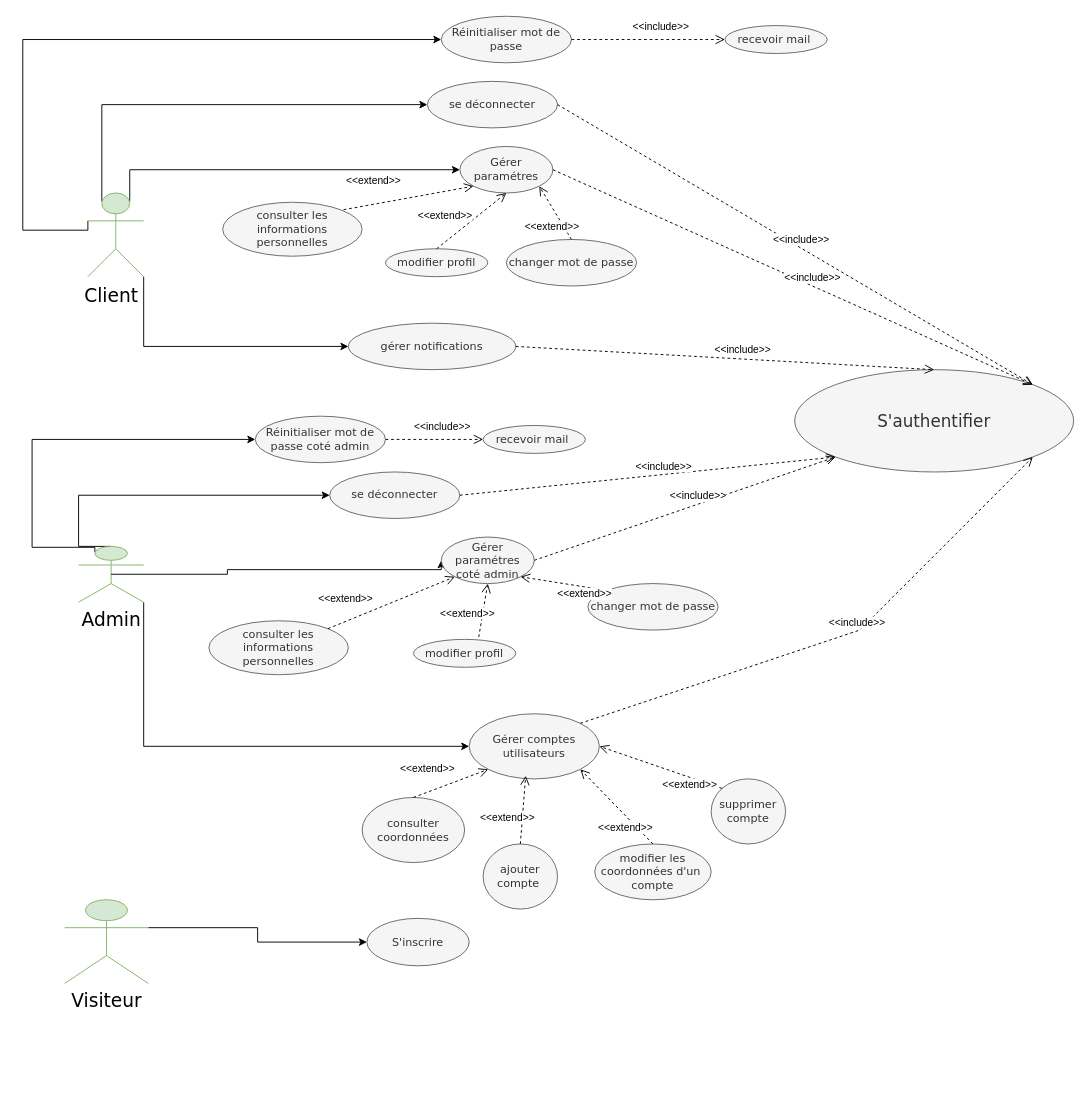
Before: Diagramme use case Authentification et gestion compte.drawio in oussema1-hub/Rapport-Conception, a draw.io diagram. Source tidied: cells renumbered, new cells numbered last; positions are measured from the earlier drawing's top-left corner, leaving out a move shared by most shapes. Both pictures are drawn from the tidied source at 93%, with x=0, y=0 at pixel (22, 16).
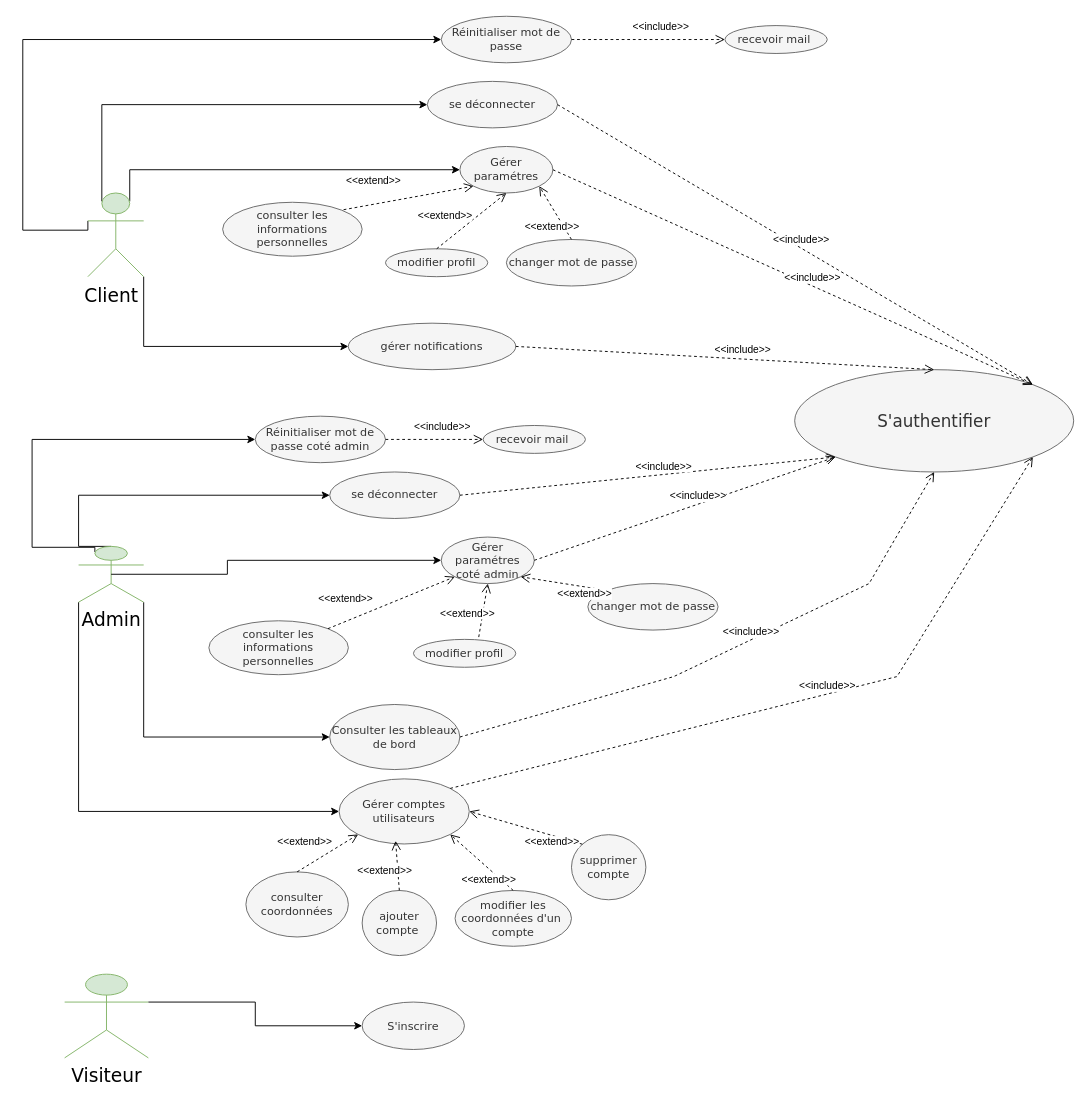
After the change.

The change refers to these unchanged cells:
```xml
<mxCell id="12" value="&lt;font style=&quot;font-size: 20px;&quot;&gt;Admin&lt;/font&gt;&lt;div&gt;&lt;br&gt;&lt;/div&gt;" style="shape=umlActor;verticalLabelPosition=bottom;verticalAlign=top;html=1;fillColor=#d5e8d4;strokeColor=#82b366;fontFamily=Verdana;" parent="1" vertex="1">
  <mxGeometry x="60" y="570" width="70" height="60" as="geometry" />
</mxCell>
<mxCell id="19" value="&lt;font style=&quot;font-size: 18px;&quot;&gt;S'authentifier&lt;/font&gt;" style="ellipse;whiteSpace=wrap;html=1;fontFamily=Verdana;fillColor=#f5f5f5;fontColor=#333333;strokeColor=#666666;" parent="1" vertex="1">
  <mxGeometry x="830" y="380" width="300" height="110" as="geometry" />
</mxCell>
<mxCell id="32" value="Gérer paramétres coté admin" style="ellipse;whiteSpace=wrap;html=1;fillColor=#f5f5f5;fontColor=#333333;strokeColor=#666666;fontFamily=Verdana;" parent="1" vertex="1">
  <mxGeometry x="450" y="560" width="100" height="50" as="geometry" />
</mxCell>
```

Change to the diagram source:
```diff
@@
     <mxCell id="8" value="Gérer comptes utilisateurs" style="ellipse;whiteSpace=wrap;html=1;fillColor=#f5f5f5;fontColor=#333333;strokeColor=#666666;fontFamily=Verdana;" parent="1" vertex="1">
-      <mxGeometry x="480" y="750" width="140" height="70" as="geometry" />
+      <mxGeometry x="340.1" y="820" width="140" height="70" as="geometry" />
     </mxCell>
@@
-    <mxCell id="10" style="edgeStyle=orthogonalEdgeStyle;rounded=0;jettySize=auto;html=1;exitX=1;exitY=1;exitDx=0;exitDy=0;exitPerimeter=0;entryX=0;entryY=0.5;entryDx=0;entryDy=0;" parent="1" edge="1" source="12" target="8">
+    <mxCell id="10" style="edgeStyle=orthogonalEdgeStyle;rounded=0;jettySize=auto;html=1;exitX=0;exitY=1;exitDx=0;exitDy=0;exitPerimeter=0;entryX=0;entryY=0.5;entryDx=0;entryDy=0;" parent="1" edge="1" source="12" target="8">
       <mxGeometry relative="1" as="geometry" />
     </mxCell>
@@
+    <mxCell id="56" style="edgeStyle=orthogonalEdgeStyle;rounded=0;jettySize=auto;html=1;exitX=1;exitY=1;exitDx=0;exitDy=0;exitPerimeter=0;entryX=0;entryY=0.5;entryDx=0;entryDy=0;" parent="1" edge="1" source="12" target="57">
+      <mxGeometry relative="1" as="geometry" />
+    </mxCell>
@@
     <mxCell id="13" value="ajouter&lt;div&gt;compte&amp;nbsp;&lt;/div&gt;" style="ellipse;whiteSpace=wrap;html=1;fillColor=#f5f5f5;fontColor=#333333;strokeColor=#666666;fontFamily=Verdana;" parent="1" vertex="1">
-      <mxGeometry x="495" y="890" width="80" height="70" as="geometry" />
+      <mxGeometry x="364.9" y="940" width="80" height="70" as="geometry" />
     </mxCell>
     <mxCell id="14" value="supprimer&lt;div&gt;compte&lt;/div&gt;" style="ellipse;whiteSpace=wrap;html=1;fillColor=#f5f5f5;fontColor=#333333;strokeColor=#666666;fontFamily=Verdana;" parent="1" vertex="1">
-      <mxGeometry x="740.2" y="820" width="80" height="70" as="geometry" />
+      <mxGeometry x="590" y="880" width="80" height="70" as="geometry" />
     </mxCell>
     <mxCell id="15" value="modifier les coordonnées d'un&amp;nbsp;&lt;div&gt;compte&lt;/div&gt;" style="ellipse;whiteSpace=wrap;html=1;fillColor=#f5f5f5;fontColor=#333333;strokeColor=#666666;fontFamily=Verdana;" parent="1" vertex="1">
-      <mxGeometry x="615" y="890" width="125.2" height="60" as="geometry" />
+      <mxGeometry x="464.8" y="940" width="125.2" height="60" as="geometry" />
     </mxCell>
@@
     <mxCell id="17" value="&lt;font style=&quot;font-size: 20px;&quot;&gt;Visiteur&lt;/font&gt;" style="shape=umlActor;verticalLabelPosition=bottom;verticalAlign=top;html=1;fillColor=#d5e8d4;strokeColor=#82b366;fontFamily=Verdana;" parent="1" vertex="1">
-      <mxGeometry x="45" y="950" width="90" height="90" as="geometry" />
+      <mxGeometry x="45" y="1030" width="90" height="90" as="geometry" />
     </mxCell>
     <mxCell id="18" value="S'inscrire" style="ellipse;whiteSpace=wrap;html=1;fillColor=#f5f5f5;strokeColor=#666666;fontColor=#333333;fontFamily=Verdana;" parent="1" vertex="1">
-      <mxGeometry x="370" y="970" width="110" height="51" as="geometry" />
+      <mxGeometry x="364.9" y="1060" width="110" height="51" as="geometry" />
     </mxCell>
@@
     <mxCell id="20" value="consulter&lt;div&gt;coordonnées&lt;/div&gt;" style="ellipse;whiteSpace=wrap;html=1;fillColor=#f5f5f5;fontColor=#333333;strokeColor=#666666;fontFamily=Verdana;" parent="1" vertex="1">
-      <mxGeometry x="364.9" y="840" width="110.2" height="70" as="geometry" />
+      <mxGeometry x="239.9" y="920" width="110.2" height="70" as="geometry" />
     </mxCell>
@@
     <mxCell id="29" style="edgeStyle=orthogonalEdgeStyle;rounded=0;jettySize=auto;html=1;exitX=0.5;exitY=0.5;exitDx=0;exitDy=0;exitPerimeter=0;entryX=0;entryY=0.5;entryDx=0;entryDy=0;" parent="1" edge="1" source="12" target="32">
       <mxGeometry relative="1" as="geometry">
         <Array as="points">
           <mxPoint x="220" y="600" />
-          <mxPoint x="220" y="595" />
+          <mxPoint x="220" y="585" />
         </Array>
       </mxGeometry>
     </mxCell>
@@
     <mxCell id="55" value="&amp;lt;&amp;lt;include&amp;gt;&amp;gt;" style="html=1;verticalAlign=bottom;endArrow=open;dashed=1;endSize=8;curved=0;rounded=0;exitX=1;exitY=0;exitDx=0;exitDy=0;entryX=1;entryY=1;entryDx=0;entryDy=0;" parent="1" edge="1" source="8" target="19">
       <mxGeometry x="0.08" relative="1" as="geometry">
         <Array as="points">
-          <mxPoint x="900" y="660" />
+          <mxPoint x="940" y="710" />
         </Array>
         <mxPoint x="1" as="offset" />
       </mxGeometry>
     </mxCell>
+    <mxCell id="57" value="&lt;font face=&quot;Verdana&quot;&gt;Consulter les tableaux de bord&lt;/font&gt;" style="ellipse;whiteSpace=wrap;html=1;fillColor=#f5f5f5;fontColor=#333333;strokeColor=#666666;" parent="1" vertex="1">
+      <mxGeometry x="330" y="740" width="140" height="70" as="geometry" />
+    </mxCell>
+    <mxCell id="58" value="&amp;lt;&amp;lt;include&amp;gt;&amp;gt;" style="html=1;verticalAlign=bottom;endArrow=open;dashed=1;endSize=8;curved=0;rounded=0;exitX=1;exitY=0.5;exitDx=0;exitDy=0;entryX=0.5;entryY=1;entryDx=0;entryDy=0;" parent="1" edge="1" source="57" target="19">
+      <mxGeometry x="0.08" relative="1" as="geometry">
+        <Array as="points">
+          <mxPoint x="700" y="710" />
+          <mxPoint x="910" y="610" />
+        </Array>
+        <mxPoint x="1" as="offset" />
+      </mxGeometry>
+    </mxCell>
```
